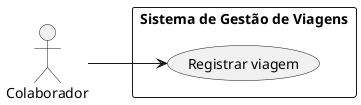
This is docs/casos-de-uso/diagrama-caso-de-uso.png from gabrielhochmann-academic/es2-travel-management, a PlantUML export, as it was before one commit.
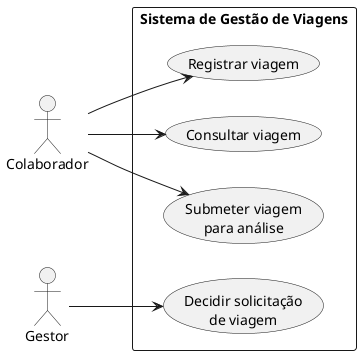
Later version of the same file.

Commit message:
docs: alinhar diagrama aos fluxos de viagem

The edit, as a diff of the source:
```diff
@@ -5,10 +5,17 @@
 skinparam actorStyle stickman
 
 actor "Colaborador" as Colaborador
+actor "Gestor" as Gestor
 
 rectangle "Sistema de Gestão de Viagens" {
   usecase "Registrar viagem" as UC01
+  usecase "Consultar viagem" as UC02
+  usecase "Submeter viagem\npara análise" as UC03
+  usecase "Decidir solicitação\nde viagem" as UC04
 }
 
 Colaborador --> UC01
+Colaborador --> UC02
+Colaborador --> UC03
+Gestor --> UC04
 @enduml
```
